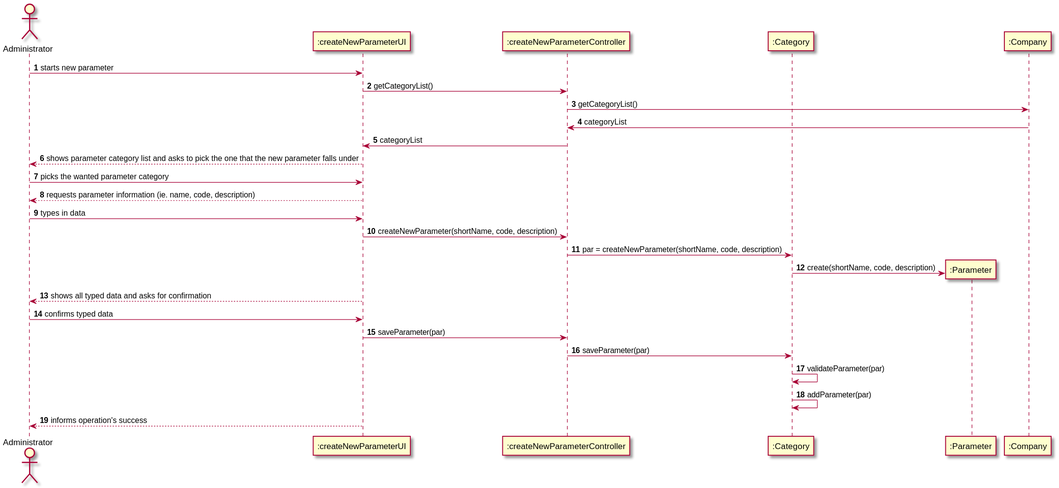
Before: docs/SprintB/US10/US10_SD.svg, a diagram exported from PlantUML (MadDinosaur/ISEP-LAPR2).
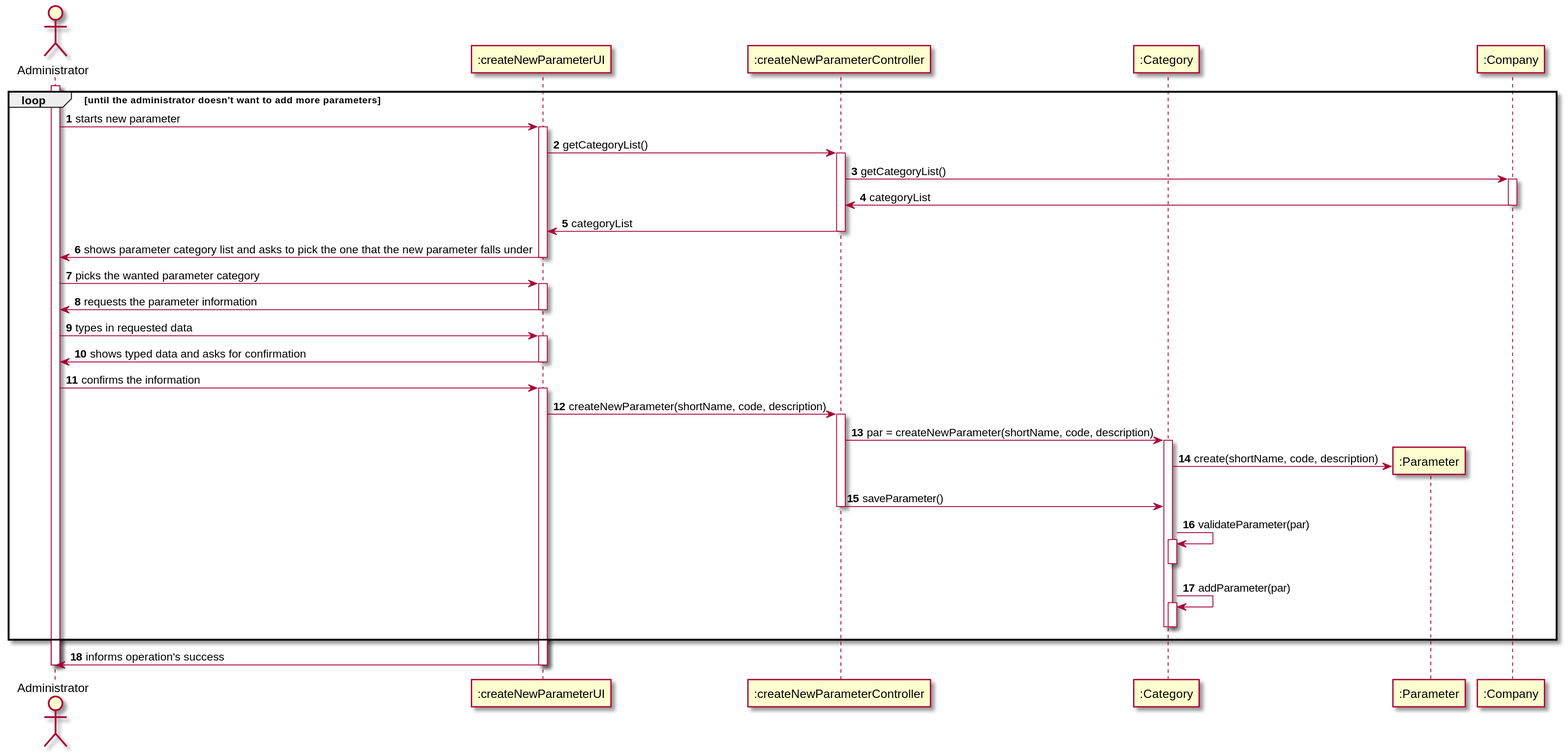
After the commit.

What changed in the source:
```diff
@@ -9,25 +9,48 @@
 participant ":Parameter" as param
 participant ":Company" as comp
 
+activate admin
+loop until the administrator doesn't want to add more parameters
 admin -> UI: starts new parameter
+activate UI
 UI -> Controller: getCategoryList()
+activate Controller
 Controller -> comp: getCategoryList()
+activate comp
 comp -> Controller: categoryList
+deactivate comp
 Controller -> UI: categoryList
-UI --> admin: shows parameter category list and asks to pick the one that the new parameter falls under
+deactivate Controller
+UI -> admin: shows parameter category list and asks to pick the one that the new parameter falls under
+deactivate UI
 admin -> UI: picks the wanted parameter category
-UI --> admin: requests parameter information (ie. name, code, description)
-admin -> UI: types in data
+activate UI
+UI -> admin: requests the parameter information
+deactivate UI
+admin -> UI: types in requested data
+activate UI
+UI -> admin: shows typed data and asks for confirmation
+deactivate UI
+admin -> UI: confirms the information
+activate UI
 UI -> Controller: createNewParameter(shortName, code, description)
+activate Controller
 Controller -> cat: par = createNewParameter(shortName, code, description)
+activate cat
 create param
 cat -> param: create(shortName, code, description)
-UI --> admin: shows all typed data and asks for confirmation
-admin -> UI: confirms typed data
-UI -> Controller: saveParameter(par)
-Controller -> cat: saveParameter(par)
+Controller -> cat: saveParameter()
+deactivate Controller
 cat -> cat: validateParameter(par)
+activate cat
+deactivate cat
 cat -> cat: addParameter(par)
-UI --> admin: informs operation's success
+activate cat
+deactivate cat
+deactivate cat
+end loop
+UI -> admin: informs operation's success
+deactivate UI
+deactivate admin
 
 @enduml
```
